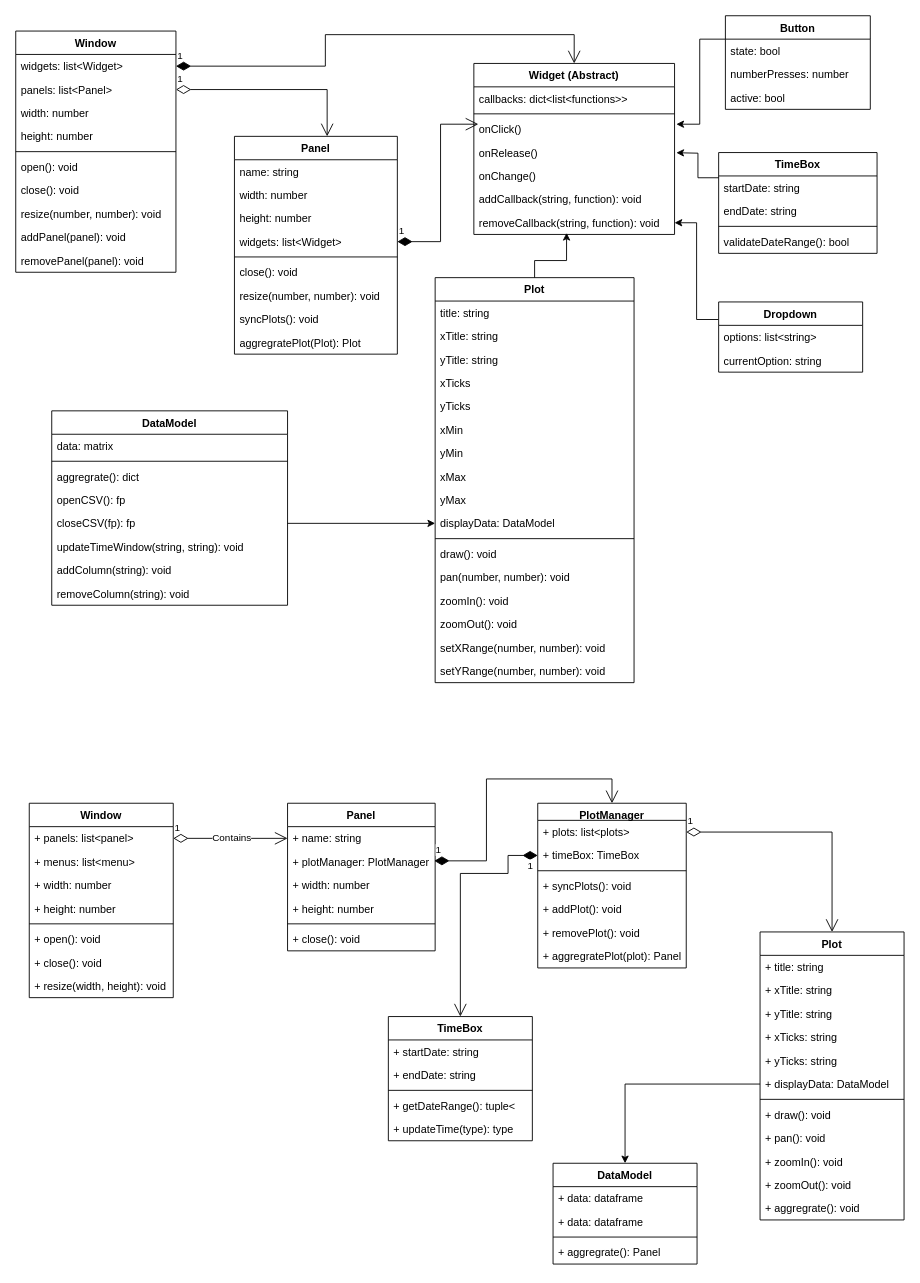
Earlier version of the draw.io diagram page "Page-1" (1 of 2) of ClassModel.drawio (LukiePookie1/data-visualization-application). Source tidied: cells renumbered, new cells numbered last; positions are measured from the earlier drawing's top-left corner, leaving out a move shared by most shapes. Both pictures are drawn from the tidied source at 90%, with x=0, y=0 at pixel (15, 15).
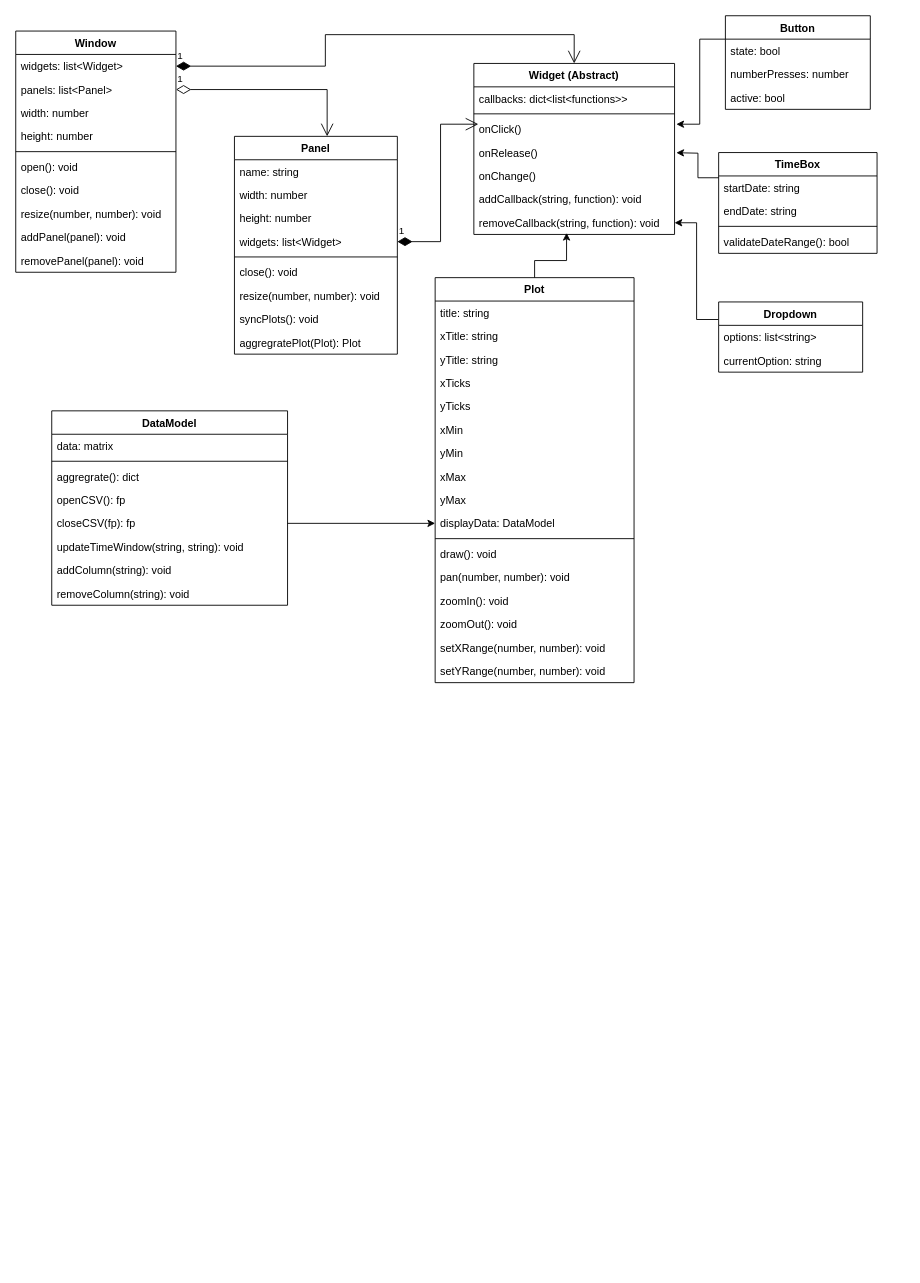
After the change.

Commit message:
Update ClassModel.drawio with State Transition Diagram

Change to the diagram source:
```diff
@@
-    <mxCell id="2" value="Window" style="swimlane;fontStyle=1;align=center;verticalAlign=top;horizontal=1;startSize=26;" parent="1" vertex="1">
-      <mxGeometry x="15" y="875" width="160" height="216" as="geometry" />
-    </mxCell>
-    <mxCell id="3" value="+ panels: list&lt;panel&gt;" style="text;strokeColor=none;fillColor=none;align=left;verticalAlign=top;spacingLeft=4;spacingRight=4;overflow=hidden;points=[[0,0.5],[1,0.5]];portConstraint=eastwest;" parent="2" vertex="1">
-      <mxGeometry y="26" width="160" height="26" as="geometry" />
-    </mxCell>
-    <mxCell id="4" value="+ menus: list&lt;menu&gt; " style="text;strokeColor=none;fillColor=none;align=left;verticalAlign=top;spacingLeft=4;spacingRight=4;overflow=hidden;" parent="2" vertex="1">
-      <mxGeometry y="52" width="160" height="26" as="geometry" />
-    </mxCell>
-    <mxCell id="5" value="+ width: number" style="text;strokeColor=none;fillColor=none;align=left;verticalAlign=top;spacingLeft=4;spacingRight=4;overflow=hidden;" parent="2" vertex="1">
-      <mxGeometry y="78" width="160" height="26" as="geometry" />
-    </mxCell>
-    <mxCell id="6" value="+ height: number" style="text;strokeColor=none;fillColor=none;align=left;verticalAlign=top;spacingLeft=4;spacingRight=4;overflow=hidden;" parent="2" vertex="1">
-      <mxGeometry y="104" width="160" height="26" as="geometry" />
-    </mxCell>
-    <mxCell id="7" style="line;strokeWidth=1;fillColor=none;align=left;verticalAlign=middle;spacingTop=-1;spacingLeft=3;spacingRight=3;labelPosition=right;strokeColor=inherit;" parent="2" vertex="1">
-      <mxGeometry y="130" width="160" height="8" as="geometry" />
-    </mxCell>
-    <mxCell id="8" value="+ open(): void" style="text;strokeColor=none;fillColor=none;align=left;verticalAlign=top;spacingLeft=4;spacingRight=4;overflow=hidden;" parent="2" vertex="1">
-      <mxGeometry y="138" width="160" height="26" as="geometry" />
-    </mxCell>
-    <mxCell id="9" value="+ close(): void" style="text;strokeColor=none;fillColor=none;align=left;verticalAlign=top;spacingLeft=4;spacingRight=4;overflow=hidden;" parent="2" vertex="1">
-      <mxGeometry y="164" width="160" height="26" as="geometry" />
-    </mxCell>
-    <mxCell id="10" value="+ resize(width, height): void" style="text;strokeColor=none;fillColor=none;align=left;verticalAlign=top;spacingLeft=4;spacingRight=4;overflow=hidden;" parent="2" vertex="1">
-      <mxGeometry y="190" width="160" height="26" as="geometry" />
-    </mxCell>
-    <mxCell id="11" value="Panel" style="swimlane;fontStyle=1;align=center;verticalAlign=top;horizontal=1;startSize=26;" parent="1" vertex="1">
-      <mxGeometry x="302" y="875" width="164" height="164" as="geometry" />
-    </mxCell>
-    <mxCell id="12" value="+ name: string" style="text;strokeColor=none;fillColor=none;align=left;verticalAlign=top;spacingLeft=4;spacingRight=4;overflow=hidden;points=[[0,0.5],[1,0.5]];portConstraint=eastwest;" parent="11" vertex="1">
-      <mxGeometry y="26" width="164" height="26" as="geometry" />
-    </mxCell>
-    <mxCell id="13" value="+ plotManager: PlotManager" style="text;strokeColor=none;fillColor=none;align=left;verticalAlign=top;spacingLeft=4;spacingRight=4;overflow=hidden;" parent="11" vertex="1">
-      <mxGeometry y="52" width="164" height="26" as="geometry" />
-    </mxCell>
-    <mxCell id="14" value="+ width: number" style="text;strokeColor=none;fillColor=none;align=left;verticalAlign=top;spacingLeft=4;spacingRight=4;overflow=hidden;" parent="11" vertex="1">
-      <mxGeometry y="78" width="164" height="26" as="geometry" />
-    </mxCell>
-    <mxCell id="15" value="+ height: number" style="text;strokeColor=none;fillColor=none;align=left;verticalAlign=top;spacingLeft=4;spacingRight=4;overflow=hidden;" parent="11" vertex="1">
-      <mxGeometry y="104" width="164" height="26" as="geometry" />
-    </mxCell>
-    <mxCell id="16" style="line;strokeWidth=1;fillColor=none;align=left;verticalAlign=middle;spacingTop=-1;spacingLeft=3;spacingRight=3;labelPosition=right;strokeColor=inherit;" parent="11" vertex="1">
-      <mxGeometry y="130" width="164" height="8" as="geometry" />
-    </mxCell>
-    <mxCell id="17" value="+ close(): void" style="text;strokeColor=none;fillColor=none;align=left;verticalAlign=top;spacingLeft=4;spacingRight=4;overflow=hidden;" parent="11" vertex="1">
-      <mxGeometry y="138" width="164" height="26" as="geometry" />
-    </mxCell>
-    <mxCell id="18" value="Plot" style="swimlane;fontStyle=1;align=center;verticalAlign=top;horizontal=1;startSize=26;" parent="1" vertex="1">
-      <mxGeometry x="827" y="1018" width="160" height="320" as="geometry" />
-    </mxCell>
-    <mxCell id="19" value="+ title: string" style="text;strokeColor=none;fillColor=none;align=left;verticalAlign=top;spacingLeft=4;spacingRight=4;overflow=hidden;" parent="18" vertex="1">
-      <mxGeometry y="26" width="160" height="26" as="geometry" />
-    </mxCell>
-    <mxCell id="20" value="+ xTitle: string" style="text;strokeColor=none;fillColor=none;align=left;verticalAlign=top;spacingLeft=4;spacingRight=4;overflow=hidden;" parent="18" vertex="1">
-      <mxGeometry y="52" width="160" height="26" as="geometry" />
-    </mxCell>
-    <mxCell id="21" value="+ yTitle: string" style="text;strokeColor=none;fillColor=none;align=left;verticalAlign=top;spacingLeft=4;spacingRight=4;overflow=hidden;" parent="18" vertex="1">
-      <mxGeometry y="78" width="160" height="26" as="geometry" />
-    </mxCell>
-    <mxCell id="22" value="+ xTicks: string" style="text;strokeColor=none;fillColor=none;align=left;verticalAlign=top;spacingLeft=4;spacingRight=4;overflow=hidden;" parent="18" vertex="1">
-      <mxGeometry y="104" width="160" height="26" as="geometry" />
-    </mxCell>
-    <mxCell id="23" value="+ yTicks: string" style="text;strokeColor=none;fillColor=none;align=left;verticalAlign=top;spacingLeft=4;spacingRight=4;overflow=hidden;" parent="18" vertex="1">
-      <mxGeometry y="130" width="160" height="26" as="geometry" />
-    </mxCell>
-    <mxCell id="24" value="+ displayData: DataModel" style="text;strokeColor=none;fillColor=none;align=left;verticalAlign=top;spacingLeft=4;spacingRight=4;overflow=hidden;points=[[0,0.5],[1,0.5]];portConstraint=eastwest;" parent="18" vertex="1">
-      <mxGeometry y="156" width="160" height="26" as="geometry" />
-    </mxCell>
-    <mxCell id="25" style="line;strokeWidth=1;fillColor=none;align=left;verticalAlign=middle;spacingTop=-1;spacingLeft=3;spacingRight=3;labelPosition=right;strokeColor=inherit;" parent="18" vertex="1">
-      <mxGeometry y="182" width="160" height="8" as="geometry" />
-    </mxCell>
-    <mxCell id="26" value="+ draw(): void" style="text;strokeColor=none;fillColor=none;align=left;verticalAlign=top;spacingLeft=4;spacingRight=4;overflow=hidden;" parent="18" vertex="1">
-      <mxGeometry y="190" width="160" height="26" as="geometry" />
-    </mxCell>
-    <mxCell id="27" value="+ pan(): void" style="text;strokeColor=none;fillColor=none;align=left;verticalAlign=top;spacingLeft=4;spacingRight=4;overflow=hidden;" parent="18" vertex="1">
-      <mxGeometry y="216" width="160" height="26" as="geometry" />
-    </mxCell>
-    <mxCell id="28" value="+ zoomIn(): void" style="text;strokeColor=none;fillColor=none;align=left;verticalAlign=top;spacingLeft=4;spacingRight=4;overflow=hidden;" parent="18" vertex="1">
-      <mxGeometry y="242" width="160" height="26" as="geometry" />
-    </mxCell>
-    <mxCell id="29" value="+ zoomOut(): void" style="text;strokeColor=none;fillColor=none;align=left;verticalAlign=top;spacingLeft=4;spacingRight=4;overflow=hidden;" parent="18" vertex="1">
-      <mxGeometry y="268" width="160" height="26" as="geometry" />
-    </mxCell>
-    <mxCell id="30" value="+ aggregrate(): void" style="text;strokeColor=none;fillColor=none;align=left;verticalAlign=top;spacingLeft=4;spacingRight=4;overflow=hidden;" parent="18" vertex="1">
-      <mxGeometry y="294" width="160" height="26" as="geometry" />
-    </mxCell>
-    <mxCell id="31" value="TimeBox" style="swimlane;fontStyle=1;align=center;verticalAlign=top;horizontal=1;startSize=26;" parent="1" vertex="1">
-      <mxGeometry x="414" y="1112" width="160" height="138" as="geometry" />
-    </mxCell>
-    <mxCell id="32" value="+ startDate: string" style="text;strokeColor=none;fillColor=none;align=left;verticalAlign=top;spacingLeft=4;spacingRight=4;overflow=hidden;" parent="31" vertex="1">
-      <mxGeometry y="26" width="160" height="26" as="geometry" />
-    </mxCell>
-    <mxCell id="33" value="+ endDate: string" style="text;strokeColor=none;fillColor=none;align=left;verticalAlign=top;spacingLeft=4;spacingRight=4;overflow=hidden;" parent="31" vertex="1">
-      <mxGeometry y="52" width="160" height="26" as="geometry" />
-    </mxCell>
-    <mxCell id="34" style="line;strokeWidth=1;fillColor=none;align=left;verticalAlign=middle;spacingTop=-1;spacingLeft=3;spacingRight=3;labelPosition=right;strokeColor=inherit;" parent="31" vertex="1">
-      <mxGeometry y="78" width="160" height="8" as="geometry" />
-    </mxCell>
-    <mxCell id="35" value="+ getDateRange(): tuple&lt;" style="text;strokeColor=none;fillColor=none;align=left;verticalAlign=top;spacingLeft=4;spacingRight=4;overflow=hidden;" parent="31" vertex="1">
-      <mxGeometry y="86" width="160" height="26" as="geometry" />
-    </mxCell>
-    <mxCell id="36" value="+ updateTime(type): type" style="text;strokeColor=none;fillColor=none;align=left;verticalAlign=top;spacingLeft=4;spacingRight=4;overflow=hidden;" parent="31" vertex="1">
-      <mxGeometry y="112" width="160" height="26" as="geometry" />
-    </mxCell>
-    <mxCell id="37" value="1" style="endArrow=open;html=1;endSize=12;startArrow=diamondThin;startSize=14;startFill=0;edgeStyle=orthogonalEdgeStyle;align=left;verticalAlign=bottom;rounded=0;exitX=1;exitY=0.5;exitDx=0;exitDy=0;entryX=0;entryY=0.5;entryDx=0;entryDy=0;" parent="1" edge="1" source="3" target="12">
-      <mxGeometry x="-1" y="3" relative="1" as="geometry" />
-    </mxCell>
-    <mxCell id="38" value="Contains" style="edgeLabel;html=1;align=center;verticalAlign=middle;" parent="37" vertex="1">
-      <mxGeometry x="0.21" y="2" relative="1" as="geometry">
-        <mxPoint x="-13" as="offset" />
-      </mxGeometry>
-    </mxCell>
-    <mxCell id="39" value="DataModel" style="swimlane;fontStyle=1;align=center;verticalAlign=top;horizontal=1;startSize=26;" parent="1" vertex="1">
-      <mxGeometry x="597" y="1275" width="160" height="112" as="geometry" />
-    </mxCell>
-    <mxCell id="40" value="+ data: dataframe" style="text;strokeColor=none;fillColor=none;align=left;verticalAlign=top;spacingLeft=4;spacingRight=4;overflow=hidden;" parent="39" vertex="1">
-      <mxGeometry y="26" width="160" height="26" as="geometry" />
-    </mxCell>
-    <mxCell id="41" value="+ data: dataframe" style="text;strokeColor=none;fillColor=none;align=left;verticalAlign=top;spacingLeft=4;spacingRight=4;overflow=hidden;" parent="39" vertex="1">
-      <mxGeometry y="52" width="160" height="26" as="geometry" />
-    </mxCell>
-    <mxCell id="42" style="line;strokeWidth=1;fillColor=none;align=left;verticalAlign=middle;spacingTop=-1;spacingLeft=3;spacingRight=3;labelPosition=right;strokeColor=inherit;" parent="39" vertex="1">
-      <mxGeometry y="78" width="160" height="8" as="geometry" />
-    </mxCell>
-    <mxCell id="43" value="+ aggregrate(): Panel" style="text;strokeColor=none;fillColor=none;align=left;verticalAlign=top;spacingLeft=4;spacingRight=4;overflow=hidden;" parent="39" vertex="1">
-      <mxGeometry y="86" width="160" height="26" as="geometry" />
-    </mxCell>
-    <mxCell id="44" value="PlotManager" style="swimlane;fontStyle=1;align=center;verticalAlign=top;horizontal=1;startSize=19;" parent="1" vertex="1">
-      <mxGeometry x="580" y="875" width="165" height="183" as="geometry" />
-    </mxCell>
-    <mxCell id="45" value="+ plots: list&lt;plots&gt;" style="text;strokeColor=none;fillColor=none;align=left;verticalAlign=top;spacingLeft=4;spacingRight=4;overflow=hidden;points=[[0,0.5],[1,0.5]];portConstraint=eastwest;" parent="44" vertex="1">
-      <mxGeometry y="19" width="165" height="26" as="geometry" />
-    </mxCell>
-    <mxCell id="46" value="+ timeBox: TimeBox" style="text;strokeColor=none;fillColor=none;align=left;verticalAlign=top;spacingLeft=4;spacingRight=4;overflow=hidden;points=[[0,0.5],[1,0.5]];portConstraint=eastwest;" parent="44" vertex="1">
-      <mxGeometry y="45" width="165" height="26" as="geometry" />
-    </mxCell>
-    <mxCell id="47" style="line;strokeWidth=1;fillColor=none;align=left;verticalAlign=middle;spacingTop=-1;spacingLeft=3;spacingRight=3;labelPosition=right;strokeColor=inherit;" parent="44" vertex="1">
-      <mxGeometry y="71" width="165" height="8" as="geometry" />
-    </mxCell>
-    <mxCell id="48" value="+ syncPlots(): void" style="text;strokeColor=none;fillColor=none;align=left;verticalAlign=top;spacingLeft=4;spacingRight=4;overflow=hidden;" parent="44" vertex="1">
-      <mxGeometry y="79" width="165" height="26" as="geometry" />
-    </mxCell>
-    <mxCell id="49" value="+ addPlot(): void" style="text;strokeColor=none;fillColor=none;align=left;verticalAlign=top;spacingLeft=4;spacingRight=4;overflow=hidden;" parent="44" vertex="1">
-      <mxGeometry y="105" width="165" height="26" as="geometry" />
-    </mxCell>
-    <mxCell id="50" value="+ removePlot(): void" style="text;strokeColor=none;fillColor=none;align=left;verticalAlign=top;spacingLeft=4;spacingRight=4;overflow=hidden;" parent="44" vertex="1">
-      <mxGeometry y="131" width="165" height="26" as="geometry" />
-    </mxCell>
-    <mxCell id="51" value="+ aggregratePlot(plot): Panel " style="text;strokeColor=none;fillColor=none;align=left;verticalAlign=top;spacingLeft=4;spacingRight=4;overflow=hidden;" parent="44" vertex="1">
-      <mxGeometry y="157" width="165" height="26" as="geometry" />
-    </mxCell>
-    <mxCell id="52" value="1" style="endArrow=open;html=1;endSize=12;startArrow=diamondThin;startSize=14;startFill=0;edgeStyle=orthogonalEdgeStyle;align=left;verticalAlign=bottom;rounded=0;exitX=1;exitY=0.5;exitDx=0;exitDy=0;entryX=0.5;entryY=0;entryDx=0;entryDy=0;" parent="1" edge="1" source="45" target="18">
-      <mxGeometry x="-1" y="3" relative="1" as="geometry">
-        <Array as="points">
-          <mxPoint x="907" y="907" />
-        </Array>
-      </mxGeometry>
-    </mxCell>
-    <mxCell id="53" style="edgeStyle=orthogonalEdgeStyle;rounded=0;jettySize=auto;html=1;exitX=0;exitY=0.5;exitDx=0;exitDy=0;entryX=0.5;entryY=0;entryDx=0;entryDy=0;" parent="1" edge="1" source="24" target="39">
-      <mxGeometry relative="1" as="geometry" />
-    </mxCell>
-    <mxCell id="54" value="1" style="endArrow=open;html=1;endSize=12;startArrow=diamondThin;startSize=14;startFill=1;edgeStyle=orthogonalEdgeStyle;align=left;verticalAlign=bottom;rounded=0;entryX=0.5;entryY=0;entryDx=0;entryDy=0;" parent="1" edge="1" target="44">
-      <mxGeometry x="-1" y="3" relative="1" as="geometry">
-        <mxPoint x="465" y="939" as="sourcePoint" />
-        <Array as="points">
-          <mxPoint x="523" y="939" />
-          <mxPoint x="523" y="848" />
-          <mxPoint x="663" y="848" />
-        </Array>
-      </mxGeometry>
-    </mxCell>
-    <mxCell id="55" value="1" style="endArrow=open;html=1;endSize=12;startArrow=diamondThin;startSize=14;startFill=1;edgeStyle=orthogonalEdgeStyle;align=left;verticalAlign=bottom;rounded=0;exitX=0;exitY=0.5;exitDx=0;exitDy=0;entryX=0.5;entryY=0;entryDx=0;entryDy=0;" parent="1" edge="1" source="46" target="31">
-      <mxGeometry x="-0.6" y="-20" relative="1" as="geometry">
-        <Array as="points">
-          <mxPoint x="547" y="933" />
-          <mxPoint x="547" y="953" />
-          <mxPoint x="494" y="953" />
-        </Array>
-        <mxPoint x="20" y="20" as="offset" />
-      </mxGeometry>
-    </mxCell>
```
